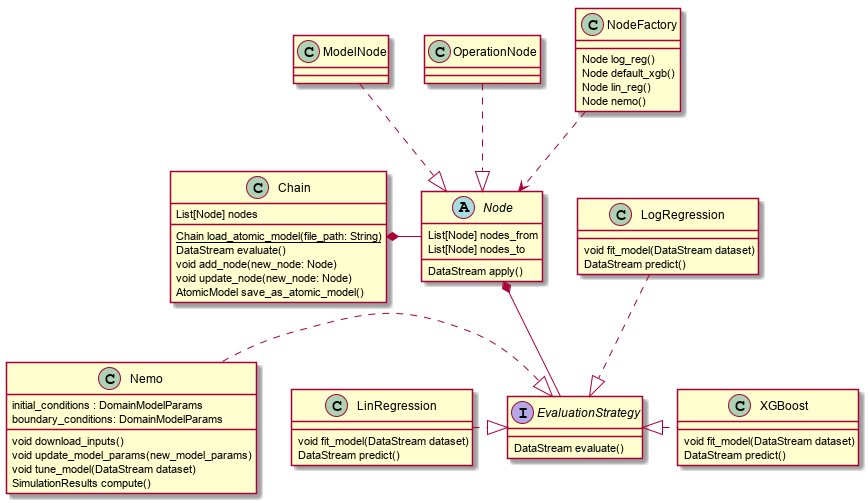
Before: design/figures/nodes.png, a diagram exported from PlantUML (aimclub/FEDOT).
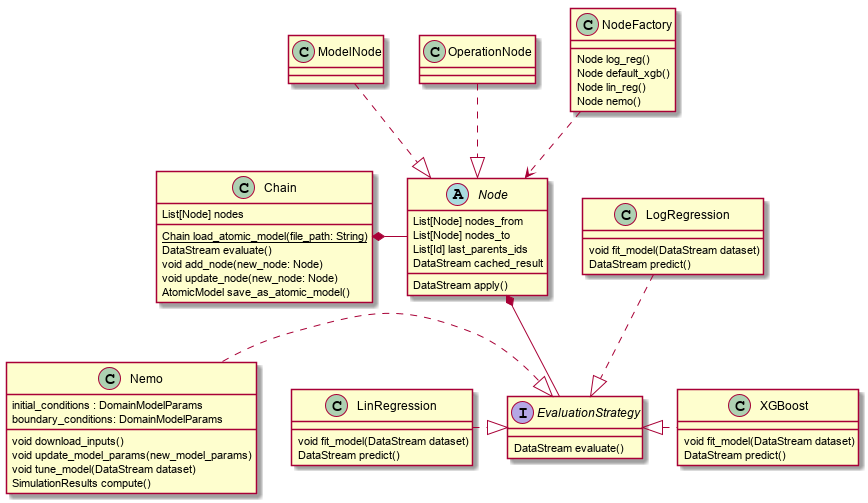
Above is the later version.

Commit message:
Add Chain class diagram to readme

Change to the diagram source:
```diff
@@ -12,6 +12,9 @@
 abstract class Node {
     List[Node] nodes_from
     List[Node] nodes_to
+    List[Id] last_parents_ids
+    DataStream cached_result
+
     DataStream apply()
 }
 
```
